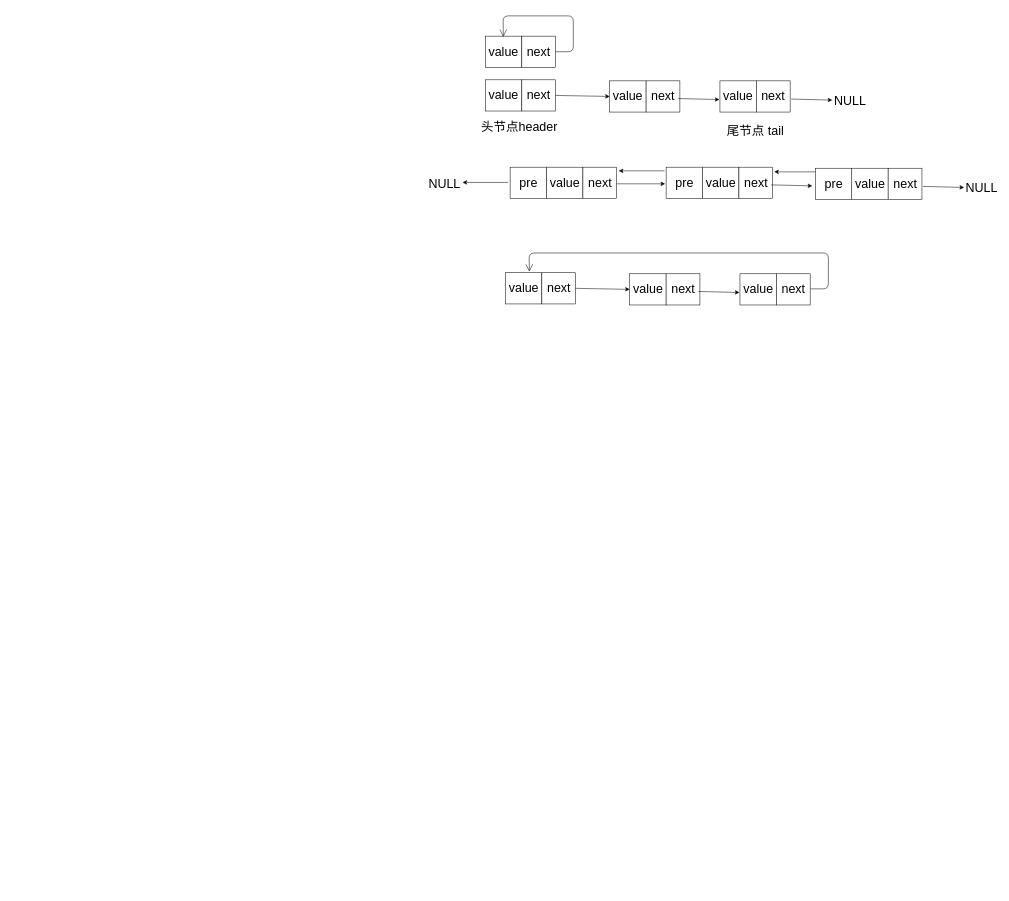
Above: pic/算法/struct.drawio in lgjlife/Java-Study (draw.io), before the change. Source tidied: cells renumbered, new cells numbered last; positions are measured from the earlier drawing's top-left corner, leaving out a move shared by most shapes. Both pictures are drawn from the tidied source at 52%, with x=0, y=0 at pixel (425, 16).
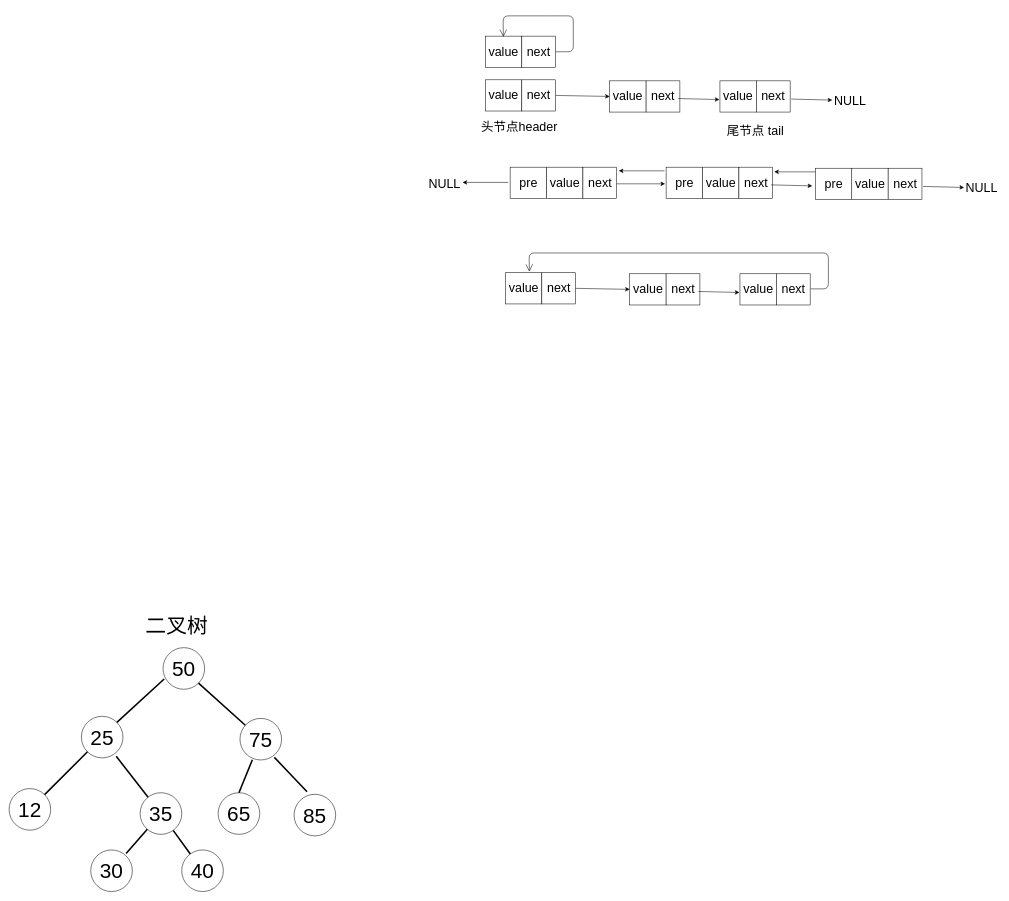
Above is the later version.

Change to the diagram source:
```diff
@@
+    <mxCell id="43" value="50" style="ellipse;whiteSpace=wrap;html=1;fillColor=#FFFFFF;strokeColor=#000000;fontColor=#000000;fontSize=40;" parent="1" vertex="1">
+      <mxGeometry x="-505" y="1215" width="80" height="80" as="geometry" />
+    </mxCell>
+    <mxCell id="44" value="25" style="ellipse;whiteSpace=wrap;html=1;fillColor=#FFFFFF;strokeColor=#000000;fontColor=#000000;fontSize=40;" parent="1" vertex="1">
+      <mxGeometry x="-662" y="1347" width="80" height="80" as="geometry" />
+    </mxCell>
+    <mxCell id="45" value="75" style="ellipse;whiteSpace=wrap;html=1;fillColor=#FFFFFF;strokeColor=#000000;fontColor=#000000;fontSize=40;" parent="1" vertex="1">
+      <mxGeometry x="-357" y="1351" width="80" height="80" as="geometry" />
+    </mxCell>
+    <mxCell id="46" value="12" style="ellipse;whiteSpace=wrap;html=1;fillColor=#FFFFFF;strokeColor=#000000;fontColor=#000000;fontSize=40;" parent="1" vertex="1">
+      <mxGeometry x="-801" y="1486" width="80" height="80" as="geometry" />
+    </mxCell>
+    <mxCell id="47" value="35" style="ellipse;whiteSpace=wrap;html=1;fillColor=#FFFFFF;strokeColor=#000000;fontColor=#000000;fontSize=40;" parent="1" vertex="1">
+      <mxGeometry x="-549" y="1494" width="80" height="80" as="geometry" />
+    </mxCell>
+    <mxCell id="48" value="30" style="ellipse;whiteSpace=wrap;html=1;fillColor=#FFFFFF;strokeColor=#000000;fontColor=#000000;fontSize=40;" parent="1" vertex="1">
+      <mxGeometry x="-644" y="1604" width="80" height="80" as="geometry" />
+    </mxCell>
+    <mxCell id="49" value="40" style="ellipse;whiteSpace=wrap;html=1;fillColor=#FFFFFF;strokeColor=#000000;fontColor=#000000;fontSize=40;" parent="1" vertex="1">
+      <mxGeometry x="-469" y="1604" width="80" height="80" as="geometry" />
+    </mxCell>
+    <mxCell id="50" value="65" style="ellipse;whiteSpace=wrap;html=1;fillColor=#FFFFFF;strokeColor=#000000;fontColor=#000000;fontSize=40;" parent="1" vertex="1">
+      <mxGeometry x="-399" y="1494" width="80" height="80" as="geometry" />
+    </mxCell>
+    <mxCell id="51" value="85" style="ellipse;whiteSpace=wrap;html=1;fillColor=#FFFFFF;strokeColor=#000000;fontColor=#000000;fontSize=40;" parent="1" vertex="1">
+      <mxGeometry x="-253" y="1497" width="80" height="80" as="geometry" />
+    </mxCell>
+    <mxCell id="52" style="endArrow=none;html=1;fontSize=40;fontColor=#000000;strokeColor=#000000;strokeWidth=3;exitX=1;exitY=0;exitDx=0;exitDy=0;entryX=0.028;entryY=0.753;entryDx=0;entryDy=0;entryPerimeter=0;" parent="1" edge="1" source="44" target="43">
+      <mxGeometry relative="1" as="geometry" />
+    </mxCell>
+    <mxCell id="53" style="endArrow=none;html=1;fontSize=40;fontColor=#000000;strokeColor=#000000;strokeWidth=3;entryX=1;entryY=1;entryDx=0;entryDy=0;" parent="1" edge="1" source="45" target="43">
+      <mxGeometry relative="1" as="geometry" />
+    </mxCell>
+    <mxCell id="54" style="endArrow=none;html=1;fontSize=40;fontColor=#000000;strokeColor=#000000;strokeWidth=3;exitX=0;exitY=1;exitDx=0;exitDy=0;entryX=1;entryY=0;entryDx=0;entryDy=0;" parent="1" edge="1" source="44" target="46">
+      <mxGeometry relative="1" as="geometry" />
+    </mxCell>
+    <mxCell id="55" style="endArrow=none;html=1;fontSize=40;fontColor=#000000;strokeColor=#000000;strokeWidth=3;exitX=0.85;exitY=0.088;exitDx=0;exitDy=0;exitPerimeter=0;" parent="1" edge="1" source="48" target="47">
+      <mxGeometry relative="1" as="geometry" />
+    </mxCell>
+    <mxCell id="56" style="endArrow=none;html=1;fontSize=40;fontColor=#000000;strokeColor=#000000;strokeWidth=3;entryX=0.298;entryY=0.995;entryDx=0;entryDy=0;entryPerimeter=0;exitX=0.5;exitY=0;exitDx=0;exitDy=0;" parent="1" edge="1" source="50" target="45">
+      <mxGeometry relative="1" as="geometry" />
+    </mxCell>
+    <mxCell id="57" style="endArrow=none;html=1;fontSize=40;fontColor=#000000;strokeColor=#000000;strokeWidth=3;entryX=0.827;entryY=0.938;entryDx=0;entryDy=0;entryPerimeter=0;" parent="1" edge="1" target="45">
+      <mxGeometry relative="1" as="geometry">
+        <mxPoint x="-228" y="1492" as="sourcePoint" />
+      </mxGeometry>
+    </mxCell>
+    <mxCell id="58" style="endArrow=none;html=1;fontSize=40;fontColor=#000000;strokeColor=#000000;strokeWidth=3;entryX=1;entryY=1;entryDx=0;entryDy=0;" parent="1" edge="1" source="47">
+      <mxGeometry relative="1" as="geometry">
+        <mxPoint x="-595" y="1424" as="targetPoint" />
+      </mxGeometry>
+    </mxCell>
+    <mxCell id="59" style="endArrow=none;html=1;fontSize=40;fontColor=#000000;strokeColor=#000000;strokeWidth=3;" parent="1" edge="1" source="49" target="47">
+      <mxGeometry relative="1" as="geometry" />
+    </mxCell>
+    <mxCell id="60" value="二叉树" style="text;html=1;align=center;verticalAlign=middle;fontSize=40;fontColor=#000000;" parent="1" vertex="1">
+      <mxGeometry x="-544" y="1146" width="130" height="52" as="geometry" />
+    </mxCell>
```
